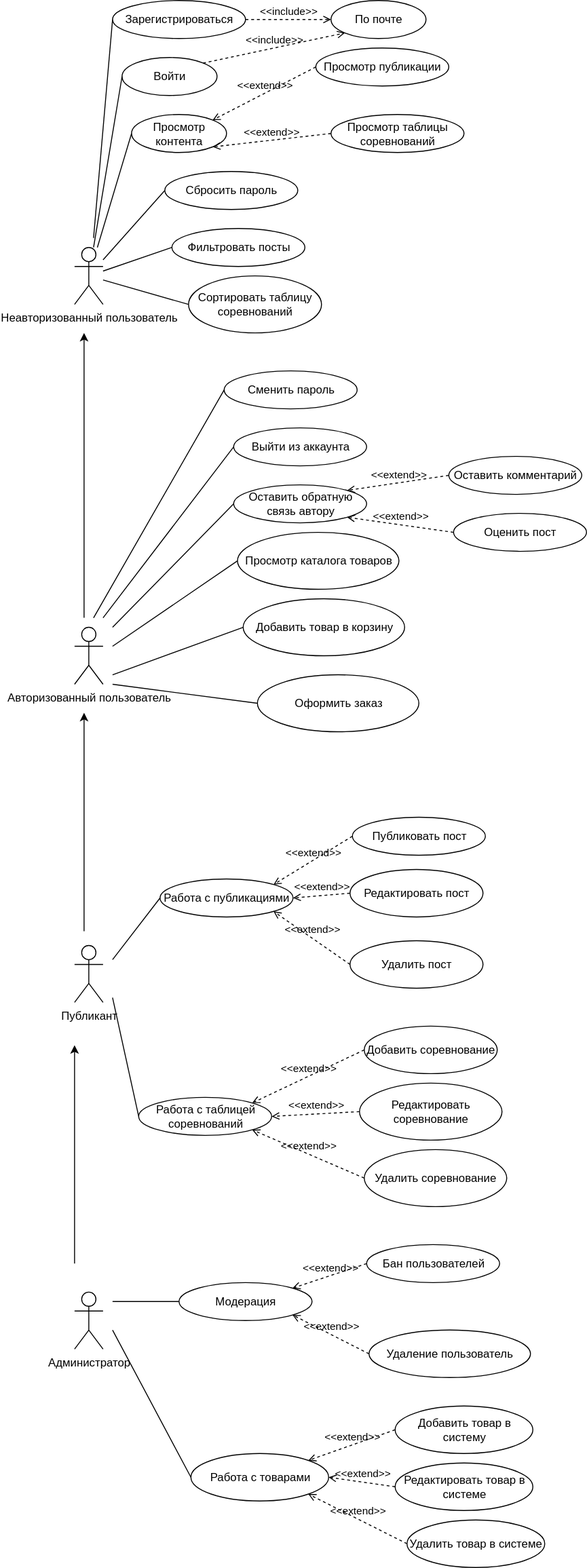
danp1t/ITMO keeps this draw.io diagram as course3/information_system/course_work/part1/UseCases.drawio.svg. Above is the earlier version. Source tidied: cells renumbered, new cells last; positions are measured from the earlier drawing's top-left corner, leaving out a move shared by most shapes.
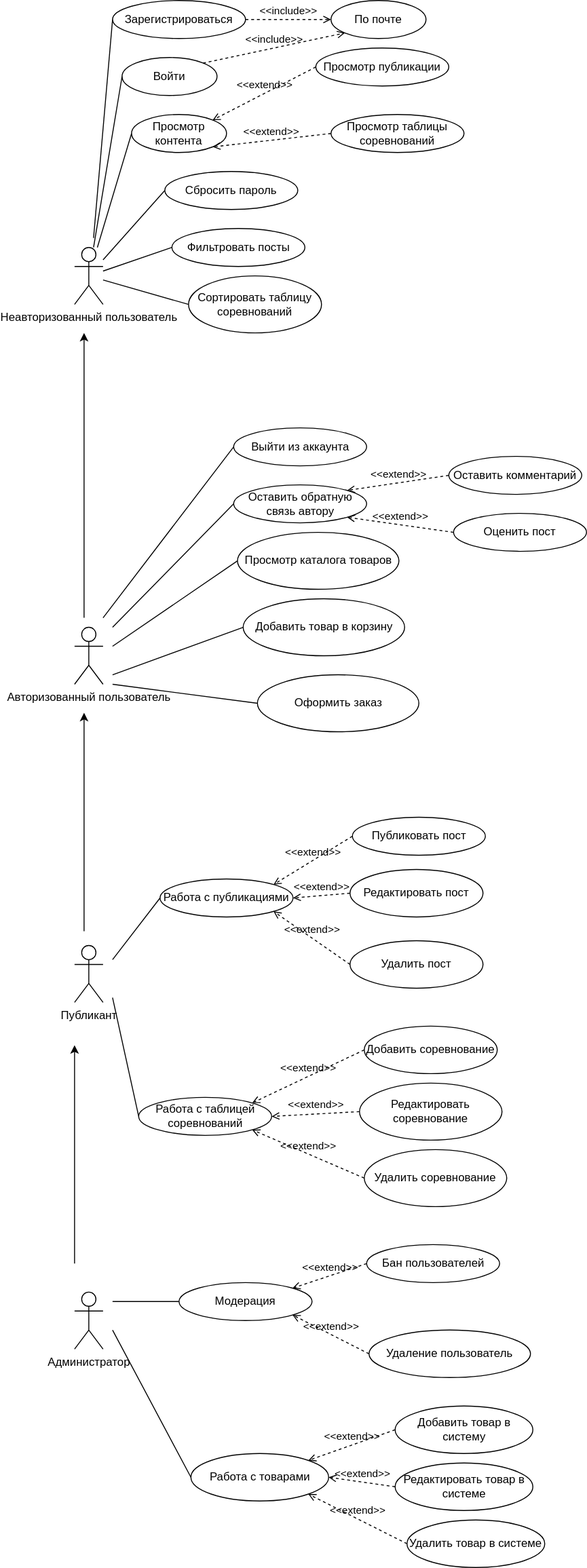
Later version of the same file.

What changed in the source:
```diff
@@ -42,9 +42,6 @@
     <mxCell id="12" value="Сбросить пароль" style="ellipse;whiteSpace=wrap;html=1;align=center;" parent="1" vertex="1">
       <mxGeometry x="95" y="180" width="140" height="40" as="geometry" />
     </mxCell>
-    <mxCell id="13" value="Сменить пароль" style="ellipse;whiteSpace=wrap;html=1;align=center;" parent="1" vertex="1">
-      <mxGeometry x="157.5" y="390" width="140" height="40" as="geometry" />
-    </mxCell>
     <mxCell id="14" value="Выйти из аккаунта" style="ellipse;whiteSpace=wrap;html=1;align=center;" parent="1" vertex="1">
       <mxGeometry x="167.5" y="450" width="140" height="40" as="geometry" />
     </mxCell>
@@ -141,11 +138,6 @@
     <mxCell id="45" style="endArrow=none;html=1;rounded=0;entryX=0;entryY=0.5;entryDx=0;entryDy=0;" parent="1" edge="1" source="2" target="28">
       <mxGeometry relative="1" as="geometry" />
     </mxCell>
-    <mxCell id="46" style="endArrow=none;html=1;rounded=0;entryX=0;entryY=0.5;entryDx=0;entryDy=0;" parent="1" edge="1" target="13">
-      <mxGeometry relative="1" as="geometry">
-        <mxPoint x="20" y="650" as="sourcePoint" />
-      </mxGeometry>
-    </mxCell>
     <mxCell id="47" style="endArrow=none;html=1;rounded=0;exitX=0;exitY=0.5;exitDx=0;exitDy=0;" parent="1" edge="1" source="14">
       <mxGeometry relative="1" as="geometry">
         <mxPoint x="30" y="650" as="targetPoint" />
```
